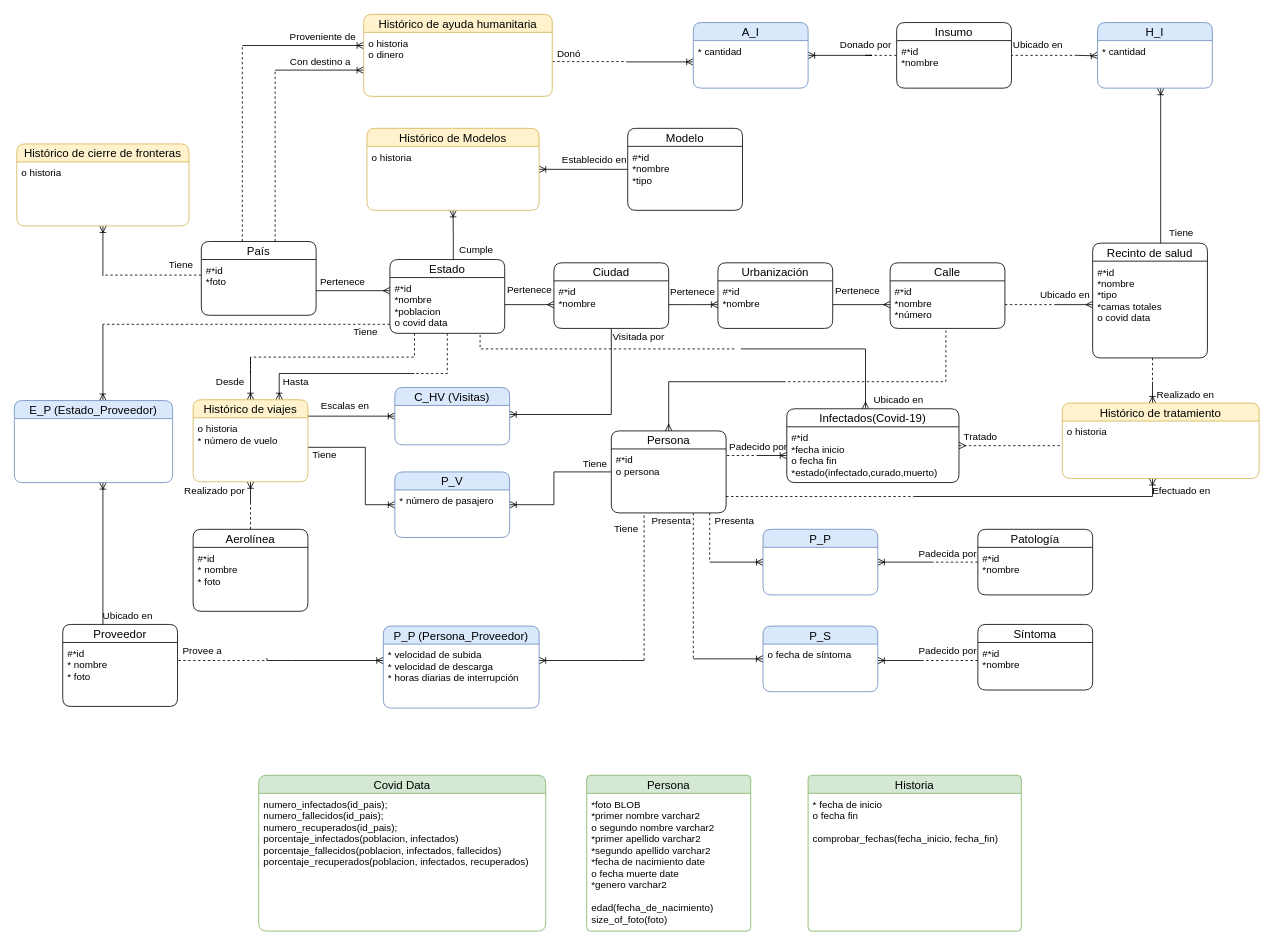
Before: DB II/ER_Prototype_2.drawio in NeutronBlast/IS-Ex, a draw.io diagram. Source tidied: cells renumbered, new cells numbered last; positions are measured from the earlier drawing's top-left corner, leaving out a move shared by most shapes. Both pictures are drawn from the tidied source at 82%, with x=0, y=0 at pixel (14, 14).
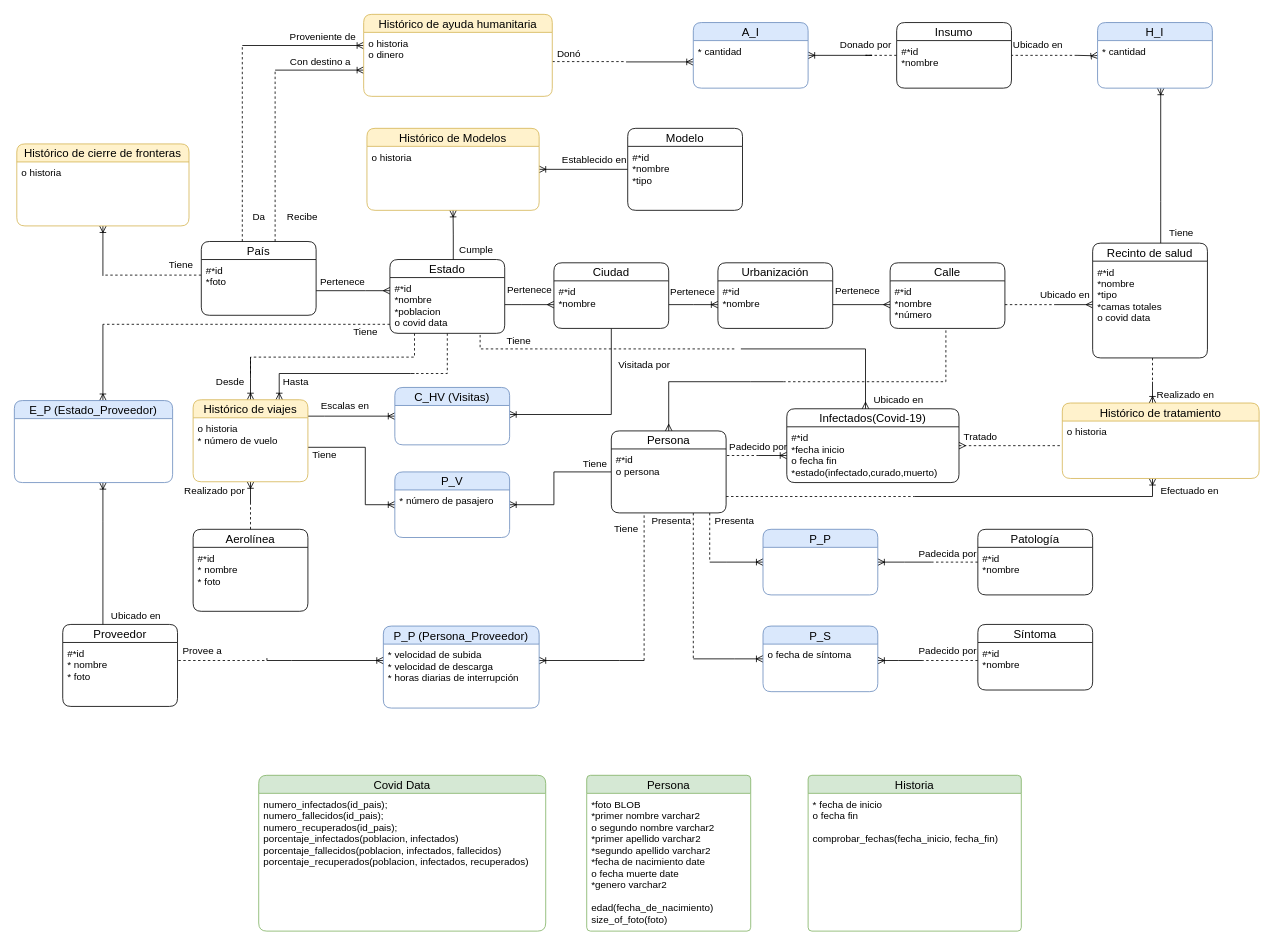
The same diagram, later.

Commit message:
2 relationship names

What changed in the source:
```diff
@@
     <mxCell id="134" value="Visitada por" style="text;html=1;align=center;verticalAlign=middle;" parent="1" vertex="1">
-      <mxGeometry x="721" y="384" width="80" height="20" as="geometry" />
+      <mxGeometry x="728" y="418" width="80" height="20" as="geometry" />
     </mxCell>
@@
     <mxCell id="140" value="Efectuado en" style="text;html=1;align=center;verticalAlign=middle;" parent="1" vertex="1">
-      <mxGeometry x="1378" y="571" width="90" height="20" as="geometry" />
+      <mxGeometry x="1388" y="571" width="90" height="20" as="geometry" />
     </mxCell>
@@
     <mxCell id="148" value="Ubicado en" style="text;html=1;align=center;verticalAlign=middle;" parent="1" vertex="1">
-      <mxGeometry x="98" y="724" width="80" height="20" as="geometry" />
+      <mxGeometry x="108" y="724" width="80" height="20" as="geometry" />
     </mxCell>
@@
+    <mxCell id="150" value="Recibe" style="text;html=1;align=center;verticalAlign=middle;" parent="1" vertex="1">
+      <mxGeometry x="326" y="237" width="50" height="20" as="geometry" />
+    </mxCell>
+    <mxCell id="151" value="Da" style="text;html=1;align=center;verticalAlign=middle;" parent="1" vertex="1">
+      <mxGeometry x="283" y="237" width="30" height="20" as="geometry" />
+    </mxCell>
+    <mxCell id="152" value="Tiene" style="text;html=1;align=center;verticalAlign=middle;" parent="1" vertex="1">
+      <mxGeometry x="590" y="389" width="50" height="20" as="geometry" />
+    </mxCell>
```
